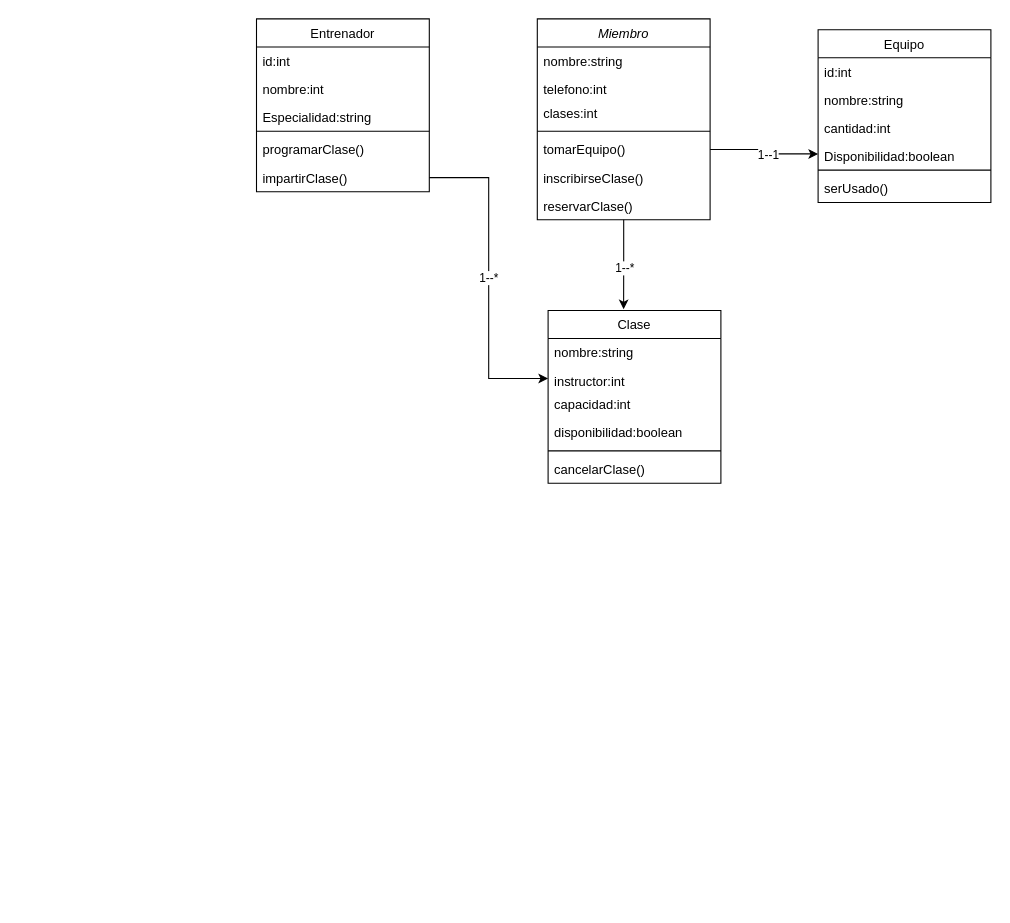
Before: ClasesGym.drawio in Drakog117/Application-Web-Design, a draw.io diagram. Source tidied: cells renumbered, new cells numbered last; positions are measured from the earlier drawing's top-left corner, leaving out a move shared by most shapes. Both pictures are drawn from the tidied source at 108%, with x=0, y=0 at pixel (256, 18).
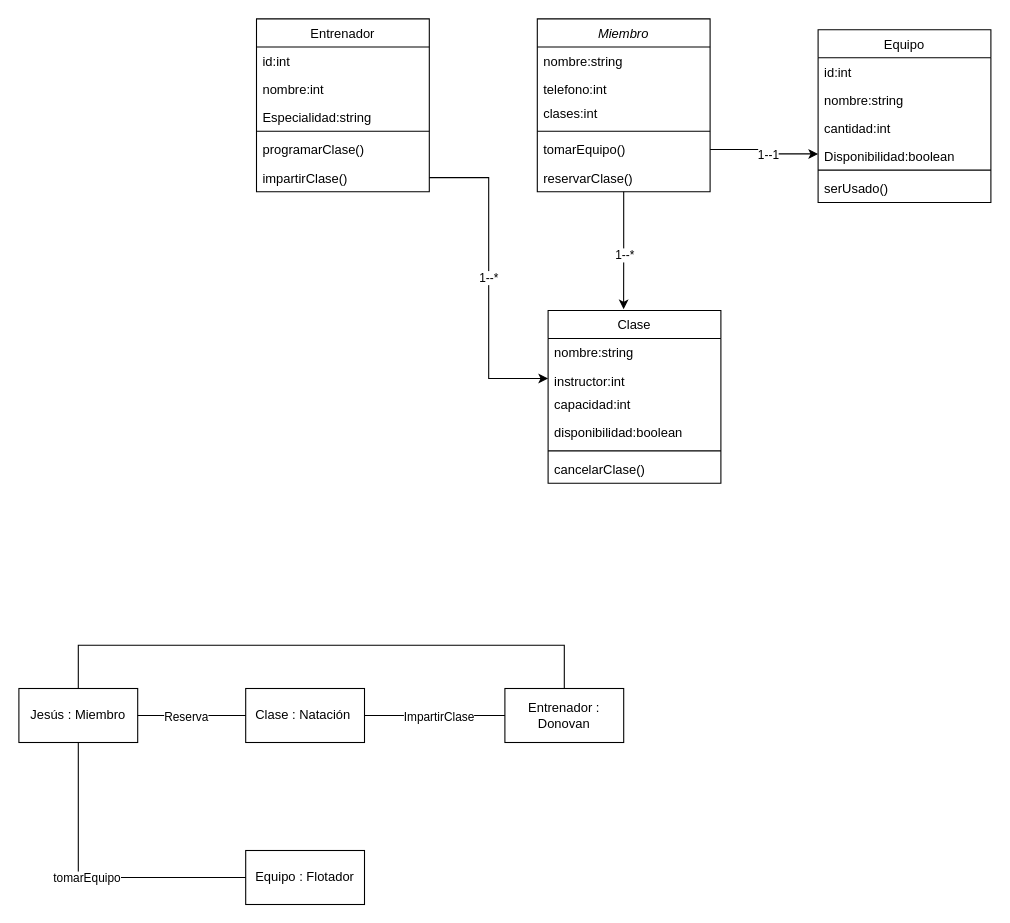
The same diagram, later.

Diff of the diagram source:
```diff
@@
     <mxCell id="2" value="Miembro" style="swimlane;fontStyle=2;align=center;verticalAlign=top;horizontal=1;startSize=26;rounded=0;shadow=0;strokeWidth=1;" parent="1" vertex="1">
-      <mxGeometry x="260" width="160" height="186" as="geometry" />
+      <mxGeometry x="260" width="160" height="160" as="geometry" />
     </mxCell>
@@
-    <mxCell id="8" value="inscribirseClase()" style="text;align=left;verticalAlign=top;spacingLeft=4;spacingRight=4;overflow=hidden;" parent="2" vertex="1">
-      <mxGeometry y="134" width="160" height="26" as="geometry" />
-    </mxCell>
     <mxCell id="9" value="reservarClase()" style="text;align=left;verticalAlign=top;spacingLeft=4;spacingRight=4;overflow=hidden;rounded=0;shadow=0;html=0;" parent="2" vertex="1">
-      <mxGeometry y="160" width="160" height="26" as="geometry" />
+      <mxGeometry y="134" width="160" height="26" as="geometry" />
     </mxCell>
@@
+    <mxCell id="37" value="Jesús : Miembro" style="html=1;whiteSpace=wrap;" parent="1" vertex="1">
+      <mxGeometry x="-220" y="620" width="110" height="50" as="geometry" />
+    </mxCell>
+    <mxCell id="38" value="Equipo : Flotador" style="html=1;whiteSpace=wrap;" parent="1" vertex="1">
+      <mxGeometry x="-10" y="770" width="110" height="50" as="geometry" />
+    </mxCell>
+    <mxCell id="39" value="Entrenador : Donovan" style="html=1;whiteSpace=wrap;" parent="1" vertex="1">
+      <mxGeometry x="230" y="620" width="110" height="50" as="geometry" />
+    </mxCell>
+    <mxCell id="40" value="Clase : Natación&amp;nbsp;" style="html=1;whiteSpace=wrap;" parent="1" vertex="1">
+      <mxGeometry x="-10" y="620" width="110" height="50" as="geometry" />
+    </mxCell>
+    <mxCell id="41" style="endArrow=none;html=1;edgeStyle=orthogonalEdgeStyle;rounded=0;entryX=0.5;entryY=0;entryDx=0;entryDy=0;exitX=0.5;exitY=0;exitDx=0;exitDy=0;" parent="1" edge="1" source="37" target="39">
+      <mxGeometry relative="1" as="geometry">
+        <Array as="points">
+          <mxPoint x="-165" y="580" />
+          <mxPoint x="285" y="580" />
+        </Array>
+      </mxGeometry>
+    </mxCell>
+    <mxCell id="42" style="endArrow=none;html=1;edgeStyle=orthogonalEdgeStyle;rounded=0;entryX=0;entryY=0.5;entryDx=0;entryDy=0;exitX=1;exitY=0.5;exitDx=0;exitDy=0;" parent="1" edge="1" source="40" target="39">
+      <mxGeometry relative="1" as="geometry" />
+    </mxCell>
+    <mxCell id="43" value="ImpartirClase" style="edgeLabel;html=1;align=center;verticalAlign=middle;" parent="42" vertex="1">
+      <mxGeometry x="0.05" relative="1" as="geometry">
+        <mxPoint y="1" as="offset" />
+      </mxGeometry>
+    </mxCell>
+    <mxCell id="44" style="endArrow=none;html=1;edgeStyle=orthogonalEdgeStyle;rounded=0;entryX=0;entryY=0.5;entryDx=0;entryDy=0;exitX=0.5;exitY=1;exitDx=0;exitDy=0;" parent="1" edge="1" source="37" target="38">
+      <mxGeometry relative="1" as="geometry" />
+    </mxCell>
+    <mxCell id="45" value="tomarEquipo" style="edgeLabel;html=1;align=center;verticalAlign=middle;" parent="44" vertex="1">
+      <mxGeometry x="-0.06" y="-1" relative="1" as="geometry">
+        <mxPoint y="-1" as="offset" />
+      </mxGeometry>
+    </mxCell>
+    <mxCell id="46" style="endArrow=none;html=1;edgeStyle=orthogonalEdgeStyle;rounded=0;entryX=0;entryY=0.5;entryDx=0;entryDy=0;" parent="1" edge="1" source="37" target="40">
+      <mxGeometry relative="1" as="geometry" />
+    </mxCell>
+    <mxCell id="47" value="Reserva" style="edgeLabel;html=1;align=center;verticalAlign=middle;" parent="46" vertex="1">
+      <mxGeometry x="-0.12" relative="1" as="geometry">
+        <mxPoint y="1" as="offset" />
+      </mxGeometry>
+    </mxCell>
```
